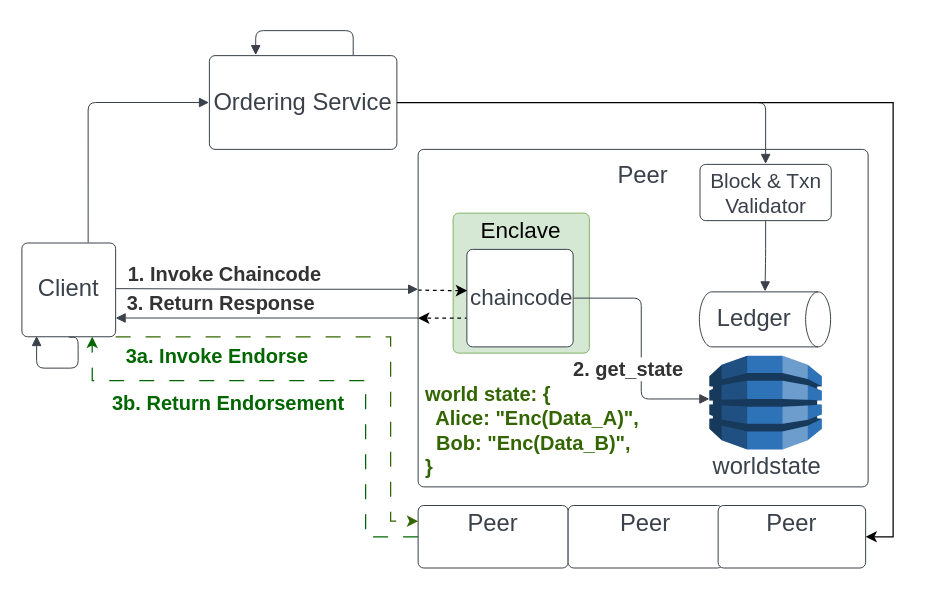
chenchanglew/systex2024 keeps this draw.io diagram as fpc.drawio. Above is the earlier version. Source tidied: cells renumbered, new cells numbered last; positions are measured from the earlier drawing's top-left corner, leaving out a move shared by most shapes. Both pictures are drawn from the tidied source at 125%, with x=0, y=0 at pixel (21, 30).
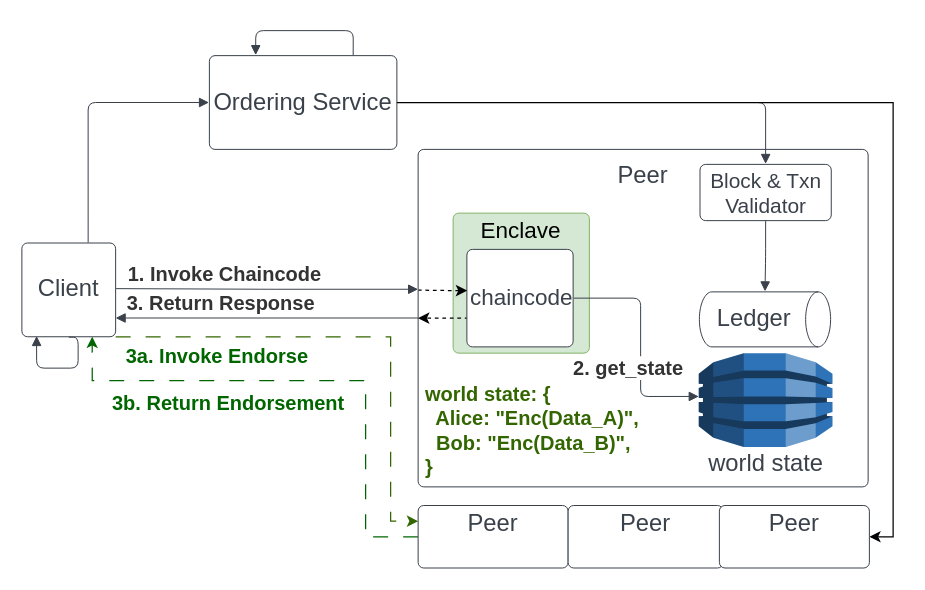
Above is the later version.

Unchanged cells that the change refers to:
```xml
<mxCell id="7" value="&lt;font style=&quot;font-size: 19px;&quot;&gt;Peer&lt;br&gt;&lt;br&gt;&lt;br&gt;&lt;br&gt;&lt;br&gt;&lt;br&gt;&lt;br&gt;&lt;br&gt;&lt;br&gt;&lt;br&gt;&lt;br&gt;&lt;/font&gt;" style="html=1;overflow=block;blockSpacing=1;whiteSpace=wrap;fontSize=16.7;fontColor=#3a414a;spacing=3.8;strokeColor=#3a414a;strokeOpacity=100;rounded=1;absoluteArcSize=1;arcSize=9;strokeWidth=0.8;lucidId=gJdIC6EkD9Za;" parent="1" vertex="1">
  <mxGeometry x="317" y="95" width="360" height="270" as="geometry" />
</mxCell>
<mxCell id="10" value="&lt;font style=&quot;font-size: 18px;&quot;&gt;chaincode&lt;/font&gt;" style="html=1;overflow=block;blockSpacing=1;whiteSpace=wrap;fontSize=16.7;fontColor=#3a414a;spacing=3.8;strokeColor=#3a414a;strokeOpacity=100;rounded=1;absoluteArcSize=1;arcSize=9;strokeWidth=0.8;lucidId=gJdI5SxZYz~T;" parent="7" vertex="1">
  <mxGeometry x="39" y="80" width="85" height="78" as="geometry" />
</mxCell>
```

Change to the diagram source:
```diff
@@
-    <mxCell id="11" value="&lt;font style=&quot;font-size: 19px;&quot;&gt;worldstate&lt;/font&gt;" style="html=1;overflow=block;blockSpacing=1;whiteSpace=wrap;shape=mxgraph.aws3.dynamo_db;labelPosition=center;verticalLabelPosition=bottom;align=center;verticalAlign=top;fontSize=16.7;fontColor=#3a414a;spacing=3.8;strokeColor=#3a414a;strokeOpacity=100;rounded=1;absoluteArcSize=1;arcSize=9;fillColor=#2e73b8;strokeWidth=0.8;lucidId=gJdIeH.mhM4w;" parent="7" vertex="1">
-      <mxGeometry x="233" y="165" width="90" height="75" as="geometry" />
+    <mxCell id="11" value="&lt;font style=&quot;font-size: 19px;&quot;&gt;world state&lt;/font&gt;" style="html=1;overflow=block;blockSpacing=1;whiteSpace=wrap;shape=mxgraph.aws3.dynamo_db;labelPosition=center;verticalLabelPosition=bottom;align=center;verticalAlign=top;fontSize=16.7;fontColor=#3a414a;spacing=3.8;strokeColor=#3a414a;strokeOpacity=100;rounded=1;absoluteArcSize=1;arcSize=9;fillColor=#2e73b8;strokeWidth=0.8;lucidId=gJdIeH.mhM4w;" parent="7" vertex="1">
+      <mxGeometry x="224.5" y="163" width="107" height="75" as="geometry" />
     </mxCell>
@@
     <mxCell id="14" style="html=1;jettySize=18;whiteSpace=wrap;fontSize=13;strokeColor=#3a414a;strokeOpacity=100;strokeWidth=0.8;rounded=1;arcSize=12;edgeStyle=orthogonalEdgeStyle;startArrow=none;endArrow=block;endFill=1;exitX=1.005;exitY=0.5;exitPerimeter=0;entryX=0;entryY=0.462;entryPerimeter=0;lucidId=gJdI9AyTRsS.;" parent="7" edge="1" source="10" target="11">
-      <mxGeometry relative="1" as="geometry" />
+      <mxGeometry relative="1" as="geometry">
+        <Array as="points">
+          <mxPoint x="178" y="119" />
+          <mxPoint x="178" y="198" />
+        </Array>
+      </mxGeometry>
     </mxCell>
     <mxCell id="15" value="&lt;font style=&quot;font-size: 16px;&quot;&gt;2. get_state&lt;/font&gt;" style="text;html=1;labelBackgroundColor=default;align=center;verticalAlign=middle;fontStyle=1;fontColor=#333333;fontSize=13.3;" parent="14" vertex="1">
       <mxGeometry x="-0.48" relative="1" as="geometry">
-        <mxPoint x="-6" y="56" as="offset" />
+        <mxPoint x="-3" y="55" as="offset" />
       </mxGeometry>
     </mxCell>
@@
     <mxCell id="31" value="&lt;font style=&quot;font-size: 19px;&quot;&gt;Peer&lt;br&gt;&lt;br&gt;&lt;br&gt;&lt;br&gt;&lt;br&gt;&lt;br&gt;&lt;br&gt;&lt;br&gt;&lt;br&gt;&lt;br&gt;&lt;br&gt;&lt;br&gt;&lt;/font&gt;" style="html=1;overflow=block;blockSpacing=1;whiteSpace=wrap;fontSize=16.7;fontColor=#3a414a;spacing=3.8;strokeColor=#3a414a;strokeOpacity=100;rounded=1;absoluteArcSize=1;arcSize=9;strokeWidth=0.8;lucidId=gJdIC6EkD9Za;" parent="1" vertex="1">
-      <mxGeometry x="557" y="379.9" width="118" height="50" as="geometry" />
+      <mxGeometry x="558" y="379.9" width="120" height="50" as="geometry" />
     </mxCell>
```
